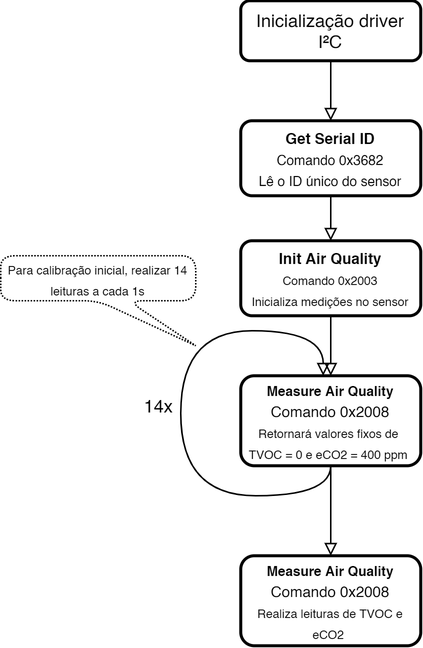
This is images/sgp30_firmware.png from co-env/monografia, a draw.io export, as it was before one commit. Source tidied: cells renumbered, new cells last; positions are measured from the earlier drawing's top-left corner, leaving out a move shared by most shapes.
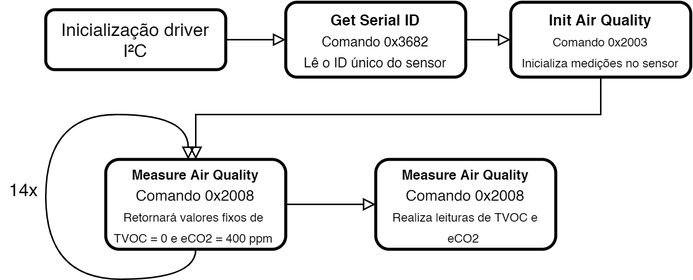
Above is the later version.

What changed in the source:
```diff
@@ -1,51 +1,51 @@
 <mxGraphModel>
   <root>
-    <mxCell id="0" />
-    <mxCell id="1" parent="0" />
+    <mxCell id="14" />
+    <mxCell id="15" parent="14" />
-    <mxCell id="2" style="edgeStyle=orthogonalEdgeStyle;rounded=0;jettySize=auto;html=1;entryX=0.5;entryY=0;entryDx=0;entryDy=0;endArrow=block;endFill=0;" parent="1" edge="1" source="3" target="5">
+    <mxCell id="2" style="edgeStyle=orthogonalEdgeStyle;rounded=0;jettySize=auto;html=1;entryX=0;entryY=0.5;entryDx=0;entryDy=0;endFill=0;endArrow=block;" parent="15" edge="1" source="3" target="5">
       <mxGeometry relative="1" as="geometry" />
     </mxCell>
-    <mxCell id="3" value="Inicialização driver I²C" style="rounded=1;whiteSpace=wrap;html=1;fontSize=12;glass=0;strokeWidth=2;shadow=0;perimeterSpacing=0;" parent="1" vertex="1">
+    <mxCell id="3" value="Inicialização driver I²C" style="rounded=1;whiteSpace=wrap;html=1;fontSize=12;glass=0;strokeWidth=2;shadow=0;perimeterSpacing=0;" parent="15" vertex="1">
       <mxGeometry x="160" width="120" height="40" as="geometry" />
     </mxCell>
-    <mxCell id="4" style="edgeStyle=orthogonalEdgeStyle;rounded=0;jettySize=auto;html=1;entryX=0.5;entryY=0;entryDx=0;entryDy=0;endArrow=block;endFill=0;" parent="1" edge="1" source="5" target="8">
+    <mxCell id="4" style="edgeStyle=orthogonalEdgeStyle;rounded=0;jettySize=auto;html=1;entryX=0;entryY=0.5;entryDx=0;entryDy=0;endFill=0;endArrow=block;" parent="15" edge="1" source="5" target="8">
       <mxGeometry relative="1" as="geometry" />
     </mxCell>
-    <mxCell id="5" value="&lt;font style=&quot;font-size: 9px&quot;&gt;&lt;b&gt;&lt;font style=&quot;font-size: 10px&quot;&gt;Get Serial ID&lt;/font&gt;&lt;/b&gt;&lt;br&gt;Comando 0x3682&lt;br&gt;Lê o ID único do sensor&lt;br&gt;&lt;/font&gt;" style="rounded=1;whiteSpace=wrap;html=1;fontSize=12;glass=0;strokeWidth=2;shadow=0;perimeterSpacing=0;" parent="1" vertex="1">
-      <mxGeometry x="160" y="80" width="120" height="50" as="geometry" />
+    <mxCell id="5" value="&lt;font style=&quot;font-size: 9px&quot;&gt;&lt;b&gt;&lt;font style=&quot;font-size: 10px&quot;&gt;Get Serial ID&lt;/font&gt;&lt;/b&gt;&lt;br&gt;Comando 0x3682&lt;br&gt;Lê o ID único do sensor&lt;br&gt;&lt;/font&gt;" style="rounded=1;whiteSpace=wrap;html=1;fontSize=12;glass=0;strokeWidth=2;shadow=0;perimeterSpacing=0;" parent="15" vertex="1">
+      <mxGeometry x="320" y="-5" width="120" height="50" as="geometry" />
     </mxCell>
-    <mxCell id="6" value="&lt;font style=&quot;font-size: 8px&quot;&gt;Para calibração inicial, realizar 14 leituras a cada 1s&lt;/font&gt;" style="shape=callout;whiteSpace=wrap;html=1;perimeter=calloutPerimeter;rounded=1;position2=1;dashed=1;dashPattern=1 1;" parent="1" vertex="1">
-      <mxGeometry y="170" width="130" height="60" as="geometry" />
-    </mxCell>
-    <mxCell id="7" style="edgeStyle=orthogonalEdgeStyle;rounded=0;jettySize=auto;html=1;entryX=0.5;entryY=0;entryDx=0;entryDy=0;endArrow=block;endFill=0;" parent="1" edge="1" source="8" target="11">
-      <mxGeometry relative="1" as="geometry" />
+    <mxCell id="7" style="edgeStyle=orthogonalEdgeStyle;rounded=0;jettySize=auto;html=1;entryX=0.5;entryY=0;entryDx=0;entryDy=0;endFill=0;endArrow=block;" parent="15" edge="1" source="8" target="11">
+      <mxGeometry relative="1" as="geometry">
+        <Array as="points">
+          <mxPoint x="530" y="70" />
+          <mxPoint x="260" y="70" />
+        </Array>
+      </mxGeometry>
     </mxCell>
-    <mxCell id="8" value="&lt;font style=&quot;font-size: 8px&quot;&gt;&lt;b&gt;&lt;font style=&quot;font-size: 10px&quot;&gt;Init Air Quality&lt;/font&gt;&lt;/b&gt;&lt;br&gt;Comando 0x2003&lt;br&gt;Inicializa medições no sensor&lt;br&gt;&lt;/font&gt;" style="rounded=1;whiteSpace=wrap;html=1;fontSize=12;glass=0;strokeWidth=2;shadow=0;perimeterSpacing=0;" parent="1" vertex="1">
-      <mxGeometry x="160" y="160" width="120" height="50" as="geometry" />
+    <mxCell id="8" value="&lt;font style=&quot;font-size: 8px&quot;&gt;&lt;b&gt;&lt;font style=&quot;font-size: 10px&quot;&gt;Init Air Quality&lt;/font&gt;&lt;/b&gt;&lt;br&gt;Comando 0x2003&lt;br&gt;Inicializa medições no sensor&lt;br&gt;&lt;/font&gt;" style="rounded=1;whiteSpace=wrap;html=1;fontSize=12;glass=0;strokeWidth=2;shadow=0;perimeterSpacing=0;" parent="15" vertex="1">
+      <mxGeometry x="470" y="-5" width="120" height="50" as="geometry" />
     </mxCell>
-    <mxCell id="9" style="edgeStyle=orthogonalEdgeStyle;orthogonalLoop=1;jettySize=auto;html=1;endArrow=block;endFill=0;curved=1;entryX=0.458;entryY=0;entryDx=0;entryDy=0;entryPerimeter=0;" parent="1" edge="1" source="11" target="11">
+    <mxCell id="9" style="edgeStyle=orthogonalEdgeStyle;orthogonalLoop=1;jettySize=auto;html=1;endArrow=block;endFill=0;curved=1;entryX=0.458;entryY=0;entryDx=0;entryDy=0;entryPerimeter=0;" parent="15" edge="1" source="11" target="11">
       <mxGeometry relative="1" as="geometry">
         <Array as="points">
-          <mxPoint x="220" y="330" />
-          <mxPoint x="120" y="330" />
-          <mxPoint x="120" y="220" />
-          <mxPoint x="215" y="220" />
+          <mxPoint x="260" y="180" />
+          <mxPoint x="160" y="180" />
+          <mxPoint x="160" y="70" />
+          <mxPoint x="255" y="70" />
         </Array>
       </mxGeometry>
     </mxCell>
-    <mxCell id="10" style="edgeStyle=orthogonalEdgeStyle;curved=1;jettySize=auto;html=1;endArrow=block;endFill=0;" parent="1" edge="1" source="11">
-      <mxGeometry relative="1" as="geometry">
-        <mxPoint x="220" y="370" as="targetPoint" />
-      </mxGeometry>
-    </mxCell>
+    <mxCell id="16" style="edgeStyle=orthogonalEdgeStyle;rounded=0;jettySize=auto;html=1;entryX=0;entryY=0.5;entryDx=0;entryDy=0;endFill=0;endArrow=block;" parent="15" edge="1" source="11" target="13">
+      <mxGeometry relative="1" as="geometry" />
+    </mxCell>
-    <mxCell id="11" value="&lt;font&gt;&lt;b style=&quot;font-size: 9px&quot;&gt;Measure Air Quality&lt;br&gt;&lt;/b&gt;&lt;font size=&quot;1&quot;&gt;Comando 0x2008&lt;/font&gt;&lt;br&gt;&lt;font style=&quot;font-size: 8px&quot;&gt;Retornará valores fixos de&amp;nbsp;&lt;br&gt;&lt;/font&gt;&lt;/font&gt;&lt;font style=&quot;font-size: 8px&quot;&gt;TVOC = 0 e eCO2 = 400 ppm&lt;/font&gt;&lt;font style=&quot;font-size: 9px&quot;&gt;&amp;nbsp;&lt;br&gt;&lt;/font&gt;" style="rounded=1;whiteSpace=wrap;html=1;fontSize=12;glass=0;strokeWidth=2;shadow=0;perimeterSpacing=0;" parent="1" vertex="1">
-      <mxGeometry x="160" y="250" width="120" height="60" as="geometry" />
+    <mxCell id="11" value="&lt;font&gt;&lt;b style=&quot;font-size: 9px&quot;&gt;Measure Air Quality&lt;br&gt;&lt;/b&gt;&lt;font size=&quot;1&quot;&gt;Comando 0x2008&lt;/font&gt;&lt;br&gt;&lt;font style=&quot;font-size: 8px&quot;&gt;Retornará valores fixos de&amp;nbsp;&lt;br&gt;&lt;/font&gt;&lt;/font&gt;&lt;font style=&quot;font-size: 8px&quot;&gt;TVOC = 0 e eCO2 = 400 ppm&lt;/font&gt;&lt;font style=&quot;font-size: 9px&quot;&gt;&amp;nbsp;&lt;br&gt;&lt;/font&gt;" style="rounded=1;whiteSpace=wrap;html=1;fontSize=12;glass=0;strokeWidth=2;shadow=0;perimeterSpacing=0;" parent="15" vertex="1">
+      <mxGeometry x="200" y="100" width="120" height="60" as="geometry" />
     </mxCell>
-    <mxCell id="12" value="14x" style="text;html=1;align=center;verticalAlign=middle;" parent="1" vertex="1">
-      <mxGeometry x="90" y="260" width="30" height="20" as="geometry" />
+    <mxCell id="12" value="14x" style="text;html=1;align=center;verticalAlign=middle;" parent="15" vertex="1">
+      <mxGeometry x="130" y="110" width="30" height="20" as="geometry" />
     </mxCell>
-    <mxCell id="13" value="&lt;font&gt;&lt;b style=&quot;font-size: 9px&quot;&gt;Measure Air Quality&lt;br&gt;&lt;/b&gt;&lt;font size=&quot;1&quot;&gt;Comando 0x2008&lt;/font&gt;&lt;br&gt;&lt;/font&gt;&lt;font style=&quot;font-size: 8px&quot;&gt;Realiza leituras de TVOC e eCO2&lt;/font&gt;&lt;font style=&quot;font-size: 9px&quot;&gt;&amp;nbsp;&lt;br&gt;&lt;/font&gt;" style="rounded=1;whiteSpace=wrap;html=1;fontSize=12;glass=0;strokeWidth=2;shadow=0;perimeterSpacing=0;" parent="1" vertex="1">
-      <mxGeometry x="160" y="370" width="120" height="60" as="geometry" />
+    <mxCell id="13" value="&lt;font&gt;&lt;b style=&quot;font-size: 9px&quot;&gt;Measure Air Quality&lt;br&gt;&lt;/b&gt;&lt;font size=&quot;1&quot;&gt;Comando 0x2008&lt;/font&gt;&lt;br&gt;&lt;/font&gt;&lt;font style=&quot;font-size: 8px&quot;&gt;Realiza leituras de TVOC e eCO2&lt;/font&gt;&lt;font style=&quot;font-size: 9px&quot;&gt;&amp;nbsp;&lt;br&gt;&lt;/font&gt;" style="rounded=1;whiteSpace=wrap;html=1;fontSize=12;glass=0;strokeWidth=2;shadow=0;perimeterSpacing=0;" parent="15" vertex="1">
+      <mxGeometry x="380" y="100" width="120" height="60" as="geometry" />
     </mxCell>
   </root>
 </mxGraphModel>
```
